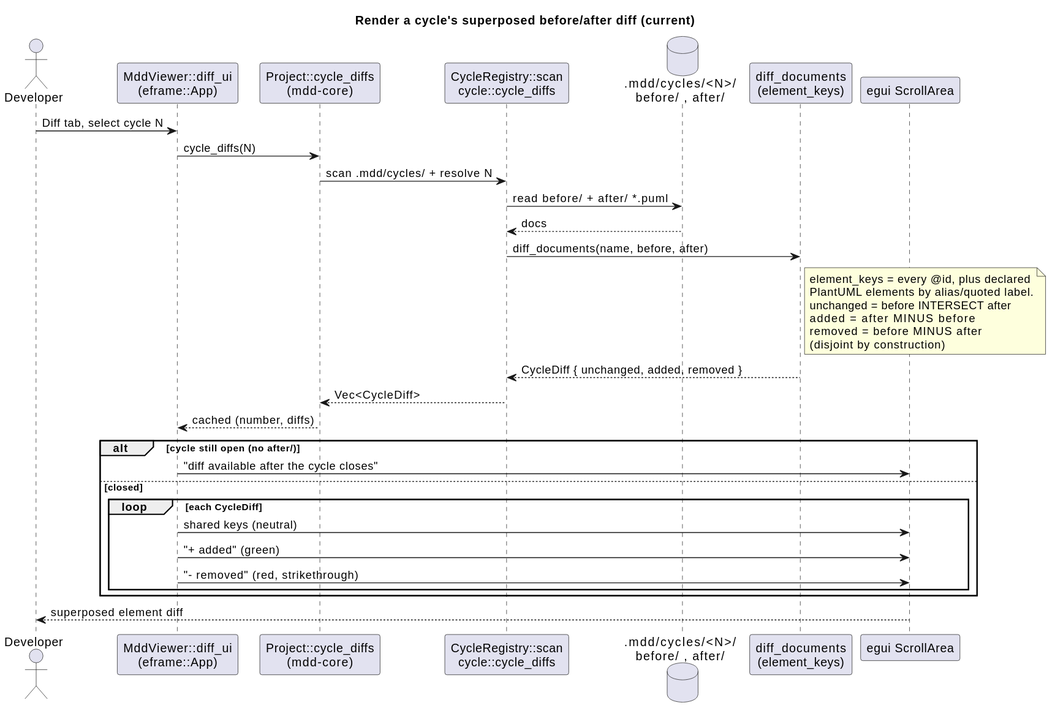
This is .mdd/rendered/models/current/sequences/cycle-diff-view.svg from cthadeufaria/model-driven-development, a PlantUML export, as it was before one commit. Its diagram source:
```plantuml
@startuml
title Render a cycle's superposed before/after diff (current)

actor "Developer" as Dev
participant "MddViewer::diff_ui\n(eframe::App)" as Viewer
participant "Project::cycle_diffs\n(mdd-core)" as Core
participant "CycleRegistry::scan\ncycle::cycle_diffs" as Reg
database ".mdd/cycles/<N>/\nbefore/ , after/" as Store
participant "diff_documents\n(element_keys)" as Diff
participant "egui ScrollArea" as Painter

Dev -> Viewer : Diff tab, select cycle N
Viewer -> Core : cycle_diffs(N)
Core -> Reg : scan .mdd/cycles/ + resolve N
Reg -> Store : read before/ + after/ *.puml
Store --> Reg : docs
Reg -> Diff : diff_documents(name, before, after)
note right of Diff
  element_keys = every @id, plus declared
  PlantUML elements by alias/quoted label.
  unchanged = before INTERSECT after
  added     = after MINUS before
  removed   = before MINUS after
  (disjoint by construction)
end note
Diff --> Reg : CycleDiff { unchanged, added, removed }
Reg --> Core : Vec<CycleDiff>
Core --> Viewer : cached (number, diffs)

alt cycle still open (no after/)
  Viewer -> Painter : "diff available after the cycle closes"
else closed
  loop each CycleDiff
    Viewer -> Painter : shared keys (neutral)
    Viewer -> Painter : "+ added" (green)
    Viewer -> Painter : "- removed" (red, strikethrough)
  end
end
Painter --> Dev : superposed element diff
@enduml
```
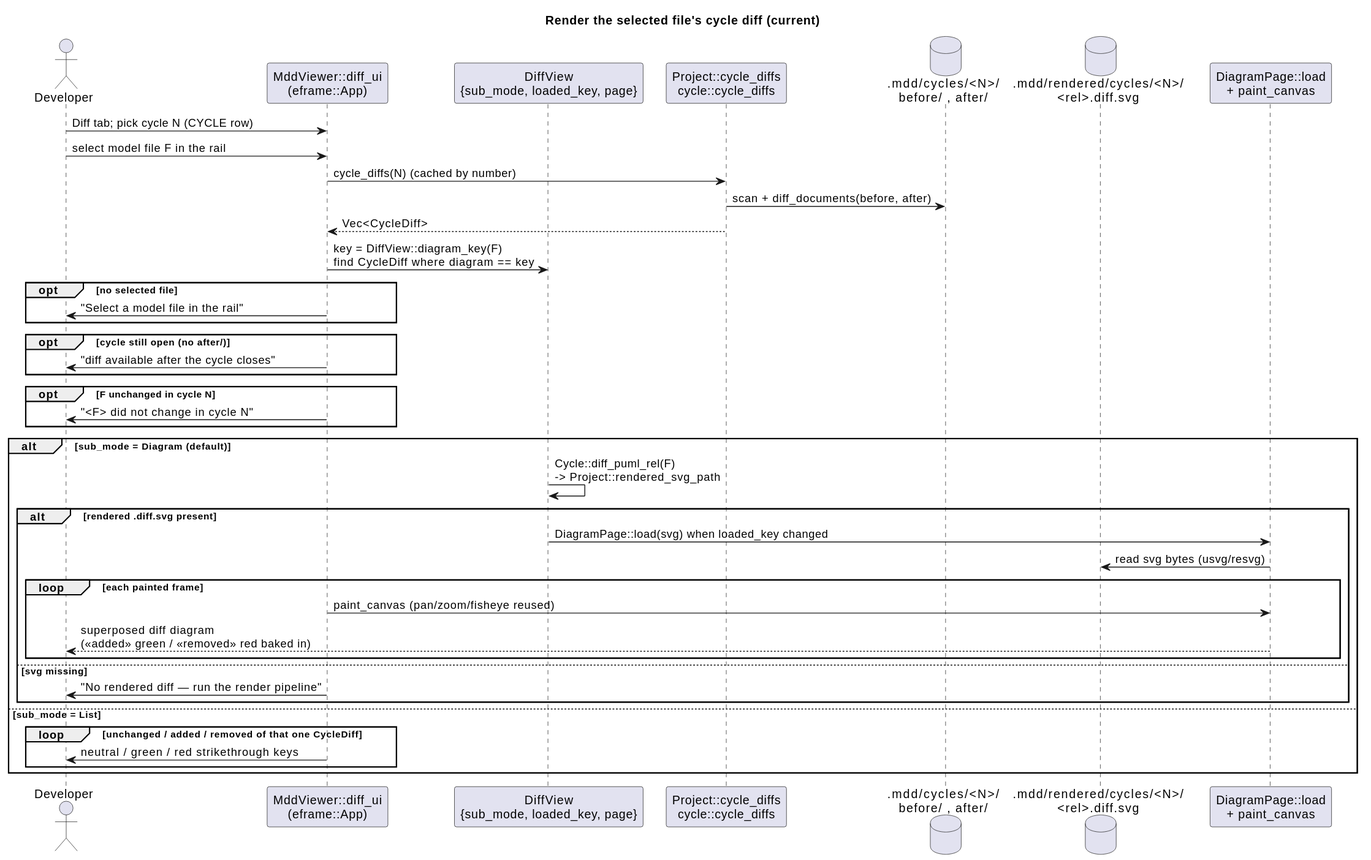
After the change.

Change to the diagram source:
```diff
@@ -1,40 +1,46 @@
 @startuml
-title Render a cycle's superposed before/after diff (current)
+title Render the selected file's cycle diff (current)
 
 actor "Developer" as Dev
 participant "MddViewer::diff_ui\n(eframe::App)" as Viewer
-participant "Project::cycle_diffs\n(mdd-core)" as Core
-participant "CycleRegistry::scan\ncycle::cycle_diffs" as Reg
+participant "DiffView\n{sub_mode, loaded_key, page}" as DV
+participant "Project::cycle_diffs\ncycle::cycle_diffs" as Core
 database ".mdd/cycles/<N>/\nbefore/ , after/" as Store
-participant "diff_documents\n(element_keys)" as Diff
-participant "egui ScrollArea" as Painter
+database ".mdd/rendered/cycles/<N>/\n<rel>.diff.svg" as Rendered
+participant "DiagramPage::load\n+ paint_canvas" as Page
 
-Dev -> Viewer : Diff tab, select cycle N
-Viewer -> Core : cycle_diffs(N)
-Core -> Reg : scan .mdd/cycles/ + resolve N
-Reg -> Store : read before/ + after/ *.puml
-Store --> Reg : docs
-Reg -> Diff : diff_documents(name, before, after)
-note right of Diff
-  element_keys = every @id, plus declared
-  PlantUML elements by alias/quoted label.
-  unchanged = before INTERSECT after
-  added     = after MINUS before
-  removed   = before MINUS after
-  (disjoint by construction)
-end note
-Diff --> Reg : CycleDiff { unchanged, added, removed }
-Reg --> Core : Vec<CycleDiff>
-Core --> Viewer : cached (number, diffs)
+Dev -> Viewer : Diff tab; pick cycle N (CYCLE row)
+Dev -> Viewer : select model file F in the rail
+Viewer -> Core : cycle_diffs(N) (cached by number)
+Core -> Store : scan + diff_documents(before, after)
+Core --> Viewer : Vec<CycleDiff>
+Viewer -> DV : key = DiffView::diagram_key(F)\nfind CycleDiff where diagram == key
 
-alt cycle still open (no after/)
-  Viewer -> Painter : "diff available after the cycle closes"
-else closed
-  loop each CycleDiff
-    Viewer -> Painter : shared keys (neutral)
-    Viewer -> Painter : "+ added" (green)
-    Viewer -> Painter : "- removed" (red, strikethrough)
+opt no selected file
+  Viewer -> Dev : "Select a model file in the rail"
+end
+opt cycle still open (no after/)
+  Viewer -> Dev : "diff available after the cycle closes"
+end
+opt F unchanged in cycle N
+  Viewer -> Dev : "<F> did not change in cycle N"
+end
+
+alt sub_mode = Diagram (default)
+  DV -> DV : Cycle::diff_puml_rel(F)\n-> Project::rendered_svg_path
+  alt rendered .diff.svg present
+    DV -> Page : DiagramPage::load(svg) when loaded_key changed
+    Page -> Rendered : read svg bytes (usvg/resvg)
+    loop each painted frame
+      Viewer -> Page : paint_canvas (pan/zoom/fisheye reused)
+      Page --> Dev : superposed diff diagram\n(<<added>> green / <<removed>> red baked in)
+    end
+  else svg missing
+    Viewer -> Dev : "No rendered diff — run the render pipeline"
+  end
+else sub_mode = List
+  loop unchanged / added / removed of that one CycleDiff
+    Viewer -> Dev : neutral / green / red strikethrough keys
   end
 end
-Painter --> Dev : superposed element diff
 @enduml
```
